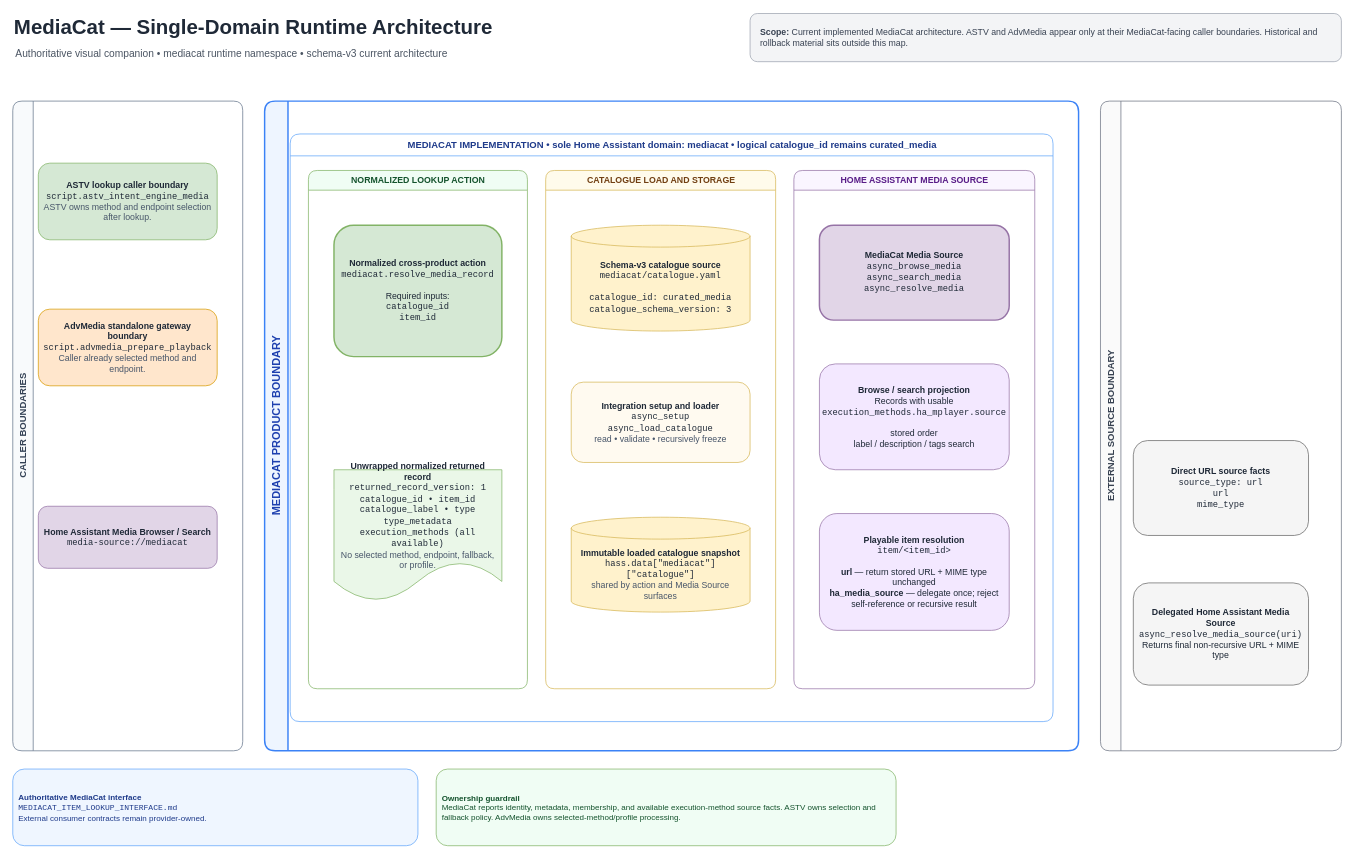
Before: 01_Architecture/Diagrams/MEDIACAT_ARCHITECTURE.drawio in 83degrees/MediaCat, a draw.io diagram. Source tidied: cells renumbered, new cells numbered last; positions are measured from the earlier drawing's top-left corner, leaving out a move shared by most shapes. Both pictures are drawn from the tidied source at 73%, with x=0, y=0 at pixel (12, 12).
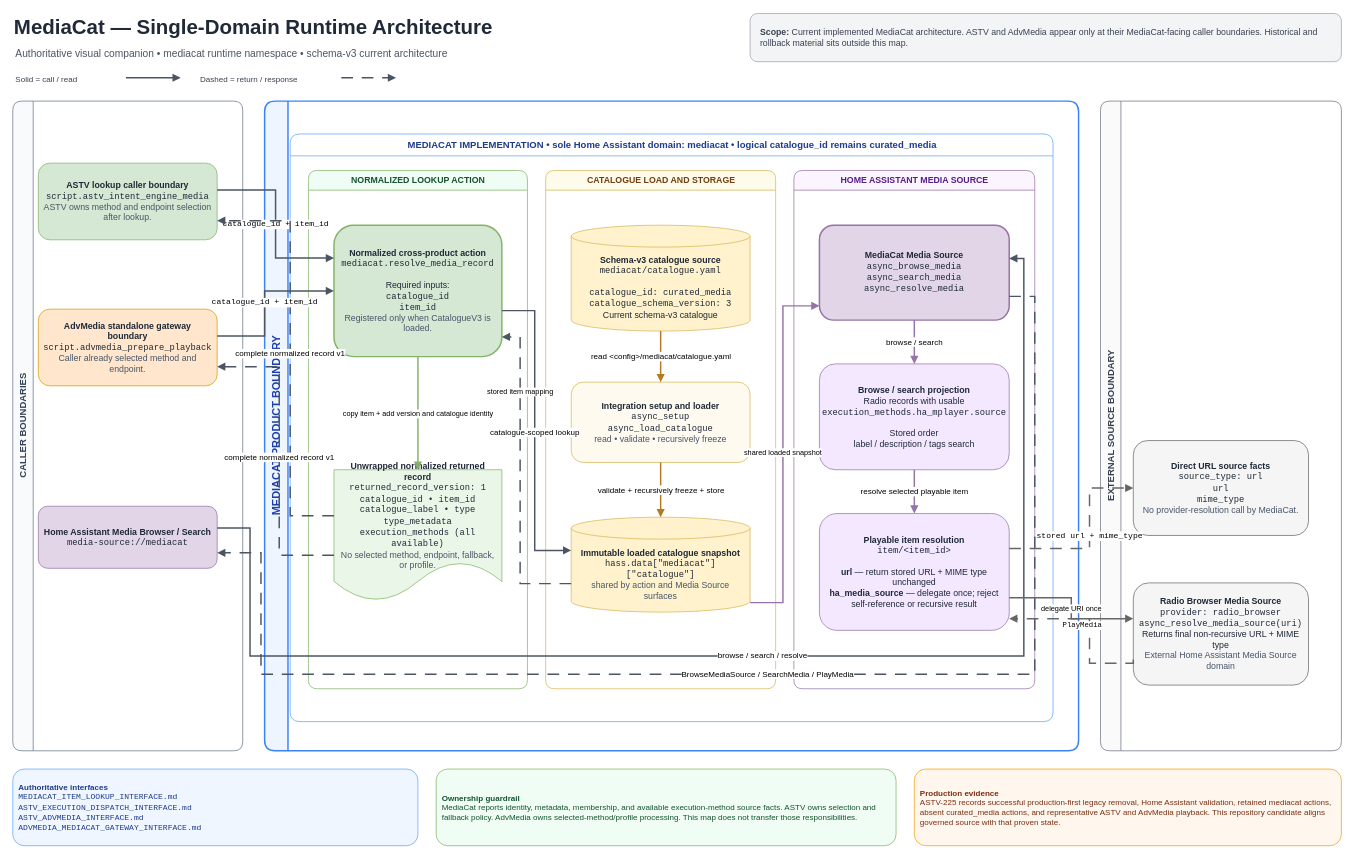
After the change.

Commit message:
ASTV-237 preserve diagram structure while removing stale evidence wording

The change refers to these unchanged cells:
```xml
<mxCell id="8" value="&lt;b&gt;ASTV lookup caller boundary&lt;/b&gt;&lt;br&gt;&lt;span style=&quot;font-family:Courier New&quot;&gt;script.astv_intent_engine_media&lt;/span&gt;&lt;br&gt;&lt;font color=&quot;#475569&quot;&gt;ASTV owns method and endpoint selection after lookup.&lt;/font&gt;" style="rounded=1;whiteSpace=wrap;html=1;fillColor=#d5e8d4;strokeColor=#82b366;fontColor=#1f2937;fontSize=12;spacing=8;" parent="1" vertex="1">
  <mxGeometry x="35" y="206" width="245" height="105" as="geometry" />
</mxCell>
<mxCell id="9" value="&lt;b&gt;AdvMedia standalone gateway boundary&lt;/b&gt;&lt;br&gt;&lt;span style=&quot;font-family:Courier New&quot;&gt;script.advmedia_prepare_playback&lt;/span&gt;&lt;br&gt;&lt;font color=&quot;#475569&quot;&gt;Caller already selected method and endpoint.&lt;/font&gt;" style="rounded=1;whiteSpace=wrap;html=1;fillColor=#ffe6cc;strokeColor=#d79b00;fontColor=#1f2937;fontSize=12;spacing=8;" parent="1" vertex="1">
  <mxGeometry x="35" y="406" width="245" height="105" as="geometry" />
</mxCell>
<mxCell id="10" value="&lt;b&gt;Home Assistant Media Browser / Search&lt;/b&gt;&lt;br&gt;&lt;span style=&quot;font-family:Courier New&quot;&gt;media-source://mediacat&lt;/span&gt;" style="rounded=1;whiteSpace=wrap;html=1;fillColor=#e1d5e7;strokeColor=#9673a6;fontColor=#1f2937;fontSize=12;spacing=8;" parent="1" vertex="1">
  <mxGeometry x="35" y="676" width="245" height="85" as="geometry" />
</mxCell>
<mxCell id="16" value="&lt;b&gt;Integration setup and loader&lt;/b&gt;&lt;br&gt;&lt;span style=&quot;font-family:Courier New&quot;&gt;async_setup&lt;br&gt;async_load_catalogue&lt;/span&gt;&lt;br&gt;&lt;font color=&quot;#475569&quot;&gt;read • validate • recursively freeze&lt;/font&gt;" style="rounded=1;whiteSpace=wrap;html=1;fillColor=#fffaf0;strokeColor=#d6b656;fontColor=#1f2937;fontSize=12;spacing=8;" parent="1" vertex="1">
  <mxGeometry x="765" y="506" width="245" height="110" as="geometry" />
</mxCell>
<mxCell id="17" value="&lt;b&gt;Immutable loaded catalogue snapshot&lt;/b&gt;&lt;br&gt;&lt;span style=&quot;font-family:Courier New&quot;&gt;hass.data[&amp;quot;mediacat&amp;quot;][&amp;quot;catalogue&amp;quot;]&lt;/span&gt;&lt;br&gt;&lt;font color=&quot;#475569&quot;&gt;shared by action and Media Source surfaces&lt;/font&gt;" style="shape=cylinder3;whiteSpace=wrap;html=1;boundedLbl=1;backgroundOutline=1;fillColor=#fff2cc;strokeColor=#d6b656;fontColor=#1f2937;fontSize=12;spacing=8;" parent="1" vertex="1">
  <mxGeometry x="765" y="691" width="245" height="130" as="geometry" />
</mxCell>
<mxCell id="19" value="&lt;b&gt;Unwrapped normalized returned record&lt;/b&gt;&lt;br&gt;&lt;span style=&quot;font-family:Courier New&quot;&gt;returned_record_version: 1&lt;br&gt;catalogue_id • item_id&lt;br&gt;catalogue_label • type&lt;br&gt;type_metadata&lt;br&gt;execution_methods (all available)&lt;/span&gt;&lt;br&gt;&lt;font color=&quot;#475569&quot;&gt;No selected method, endpoint, fallback, or profile.&lt;/font&gt;" style="shape=document;whiteSpace=wrap;html=1;boundedLbl=1;fillColor=#eaf7e8;strokeColor=#82b366;fontColor=#1f2937;fontSize=12;spacing=8;" parent="1" vertex="1">
  <mxGeometry x="440" y="626" width="230" height="180" as="geometry" />
</mxCell>
<mxCell id="20" value="&lt;b&gt;MediaCat Media Source&lt;/b&gt;&lt;br&gt;&lt;span style=&quot;font-family:Courier New&quot;&gt;async_browse_media&lt;br&gt;async_search_media&lt;br&gt;async_resolve_media&lt;/span&gt;" style="rounded=1;whiteSpace=wrap;html=1;fillColor=#e1d5e7;strokeColor=#9673a6;strokeWidth=2;fontColor=#1f2937;fontSize=12;spacing=8;" parent="1" vertex="1">
  <mxGeometry x="1105" y="291" width="260" height="130" as="geometry" />
</mxCell>
<mxCell id="22" value="&lt;b&gt;Playable item resolution&lt;/b&gt;&lt;br&gt;&lt;span style=&quot;font-family:Courier New&quot;&gt;item/&amp;lt;item_id&amp;gt;&lt;/span&gt;&lt;br&gt;&lt;br&gt;&lt;b&gt;url&lt;/b&gt; — return stored URL + MIME type unchanged&lt;br&gt;&lt;b&gt;ha_media_source&lt;/b&gt; — delegate once; reject self-reference or recursive result" style="rounded=1;whiteSpace=wrap;html=1;fillColor=#f3e8ff;strokeColor=#9673a6;fontColor=#1f2937;fontSize=12;spacing=8;" parent="1" vertex="1">
  <mxGeometry x="1105" y="686" width="260" height="160" as="geometry" />
</mxCell>
```

The edit, as a diff of the source:
```diff
@@
+    <mxCell id="27" value="Solid = call / read" style="text;html=1;strokeColor=none;fillColor=none;fontSize=11;fontColor=#374151;align=left;" parent="1" vertex="1">
+      <mxGeometry x="2" y="78" width="150" height="22" as="geometry" />
+    </mxCell>
+    <mxCell id="28" style="edgeStyle=none;html=1;endArrow=block;endFill=1;strokeColor=#4b5563;strokeWidth=2;" parent="1" edge="1">
+      <mxGeometry relative="1" as="geometry">
+        <mxPoint x="155" y="89" as="sourcePoint" />
+        <mxPoint x="230" y="89" as="targetPoint" />
+      </mxGeometry>
+    </mxCell>
+    <mxCell id="29" value="Dashed = return / response" style="text;html=1;strokeColor=none;fillColor=none;fontSize=11;fontColor=#374151;align=left;" parent="1" vertex="1">
+      <mxGeometry x="255" y="78" width="190" height="22" as="geometry" />
+    </mxCell>
+    <mxCell id="30" style="edgeStyle=none;html=1;endArrow=block;endFill=1;strokeColor=#4b5563;strokeWidth=2;dashed=1;dashPattern=8 6;" parent="1" edge="1">
+      <mxGeometry relative="1" as="geometry">
+        <mxPoint x="450" y="89" as="sourcePoint" />
+        <mxPoint x="525" y="89" as="targetPoint" />
+      </mxGeometry>
+    </mxCell>
@@
-    <mxCell id="15" value="&lt;b&gt;Schema-v3 catalogue source&lt;/b&gt;&lt;br&gt;&lt;span style=&quot;font-family:Courier New&quot;&gt;mediacat/catalogue.yaml&lt;/span&gt;&lt;br&gt;&lt;br&gt;&lt;span style=&quot;font-family:Courier New&quot;&gt;catalogue_id: curated_media&lt;br&gt;catalogue_schema_version: 3&lt;/span&gt;" style="shape=cylinder3;whiteSpace=wrap;html=1;boundedLbl=1;backgroundOutline=1;fillColor=#fff2cc;strokeColor=#d6b656;fontColor=#1f2937;fontSize=12;spacing=8;" parent="1" vertex="1">
+    <mxCell id="15" value="&lt;b&gt;Schema-v3 catalogue source&lt;/b&gt;&lt;br&gt;&lt;span style=&quot;font-family:Courier New&quot;&gt;mediacat/catalogue.yaml&lt;/span&gt;&lt;br&gt;&lt;br&gt;&lt;span style=&quot;font-family:Courier New&quot;&gt;catalogue_id: curated_media&lt;br&gt;catalogue_schema_version: 3&lt;/span&gt;&lt;br&gt;Current schema-v3 catalogue" style="shape=cylinder3;whiteSpace=wrap;html=1;boundedLbl=1;backgroundOutline=1;fillColor=#fff2cc;strokeColor=#d6b656;fontColor=#1f2937;fontSize=12;spacing=8;" parent="1" vertex="1">
       <mxGeometry x="765" y="291" width="245" height="145" as="geometry" />
     </mxCell>
@@
-    <mxCell id="18" value="&lt;b&gt;Normalized cross-product action&lt;/b&gt;&lt;br&gt;&lt;span style=&quot;font-family:Courier New&quot;&gt;mediacat.resolve_media_record&lt;/span&gt;&lt;br&gt;&lt;br&gt;Required inputs:&lt;br&gt;&lt;span style=&quot;font-family:Courier New&quot;&gt;catalogue_id&lt;br&gt;item_id&lt;/span&gt;" style="rounded=1;whiteSpace=wrap;html=1;fillColor=#d5e8d4;strokeColor=#82b366;strokeWidth=2;fontColor=#1f2937;fontSize=12;spacing=8;" parent="1" vertex="1">
+    <mxCell id="18" value="&lt;b&gt;Normalized cross-product action&lt;/b&gt;&lt;br&gt;&lt;span style=&quot;font-family:Courier New&quot;&gt;mediacat.resolve_media_record&lt;/span&gt;&lt;br&gt;&lt;br&gt;Required inputs:&lt;br&gt;&lt;span style=&quot;font-family:Courier New&quot;&gt;catalogue_id&lt;br&gt;item_id&lt;/span&gt;&lt;br&gt;&lt;font color=&quot;#475569&quot;&gt;Registered only when CatalogueV3 is loaded.&lt;/font&gt;" style="rounded=1;whiteSpace=wrap;html=1;fillColor=#d5e8d4;strokeColor=#82b366;strokeWidth=2;fontColor=#1f2937;fontSize=12;spacing=8;" parent="1" vertex="1">
       <mxGeometry x="440" y="291" width="230" height="180" as="geometry" />
     </mxCell>
@@
-    <mxCell id="21" value="&lt;b&gt;Browse / search projection&lt;/b&gt;&lt;br&gt;Records with usable&lt;br&gt;&lt;span style=&quot;font-family:Courier New&quot;&gt;execution_methods.ha_mplayer.source&lt;/span&gt;&lt;br&gt;&lt;br&gt;stored order&lt;br&gt;label / description / tags search" style="rounded=1;whiteSpace=wrap;html=1;fillColor=#f3e8ff;strokeColor=#9673a6;fontColor=#1f2937;fontSize=12;spacing=8;" parent="1" vertex="1">
+    <mxCell id="21" value="&lt;b&gt;Browse / search projection&lt;/b&gt;&lt;br&gt;Radio records with usable&lt;br&gt;&lt;span style=&quot;font-family:Courier New&quot;&gt;execution_methods.ha_mplayer.source&lt;/span&gt;&lt;br&gt;&lt;br&gt;Stored order&lt;br&gt;label / description / tags search" style="rounded=1;whiteSpace=wrap;html=1;fillColor=#f3e8ff;strokeColor=#9673a6;fontColor=#1f2937;fontSize=12;spacing=8;" parent="1" vertex="1">
       <mxGeometry x="1105" y="481" width="260" height="145" as="geometry" />
     </mxCell>
@@
-    <mxCell id="23" value="&lt;b&gt;Direct URL source facts&lt;/b&gt;&lt;br&gt;&lt;span style=&quot;font-family:Courier New&quot;&gt;source_type: url&lt;br&gt;url&lt;br&gt;mime_type&lt;/span&gt;" style="rounded=1;whiteSpace=wrap;html=1;fillColor=#f5f5f5;strokeColor=#666666;fontColor=#1f2937;fontSize=12;spacing=8;" parent="1" vertex="1">
+    <mxCell id="23" value="&lt;b&gt;Direct URL source facts&lt;/b&gt;&lt;br&gt;&lt;span style=&quot;font-family:Courier New&quot;&gt;source_type: url&lt;br&gt;url&lt;br&gt;mime_type&lt;/span&gt;&lt;br&gt;&lt;font color=&quot;#475569&quot;&gt;No provider-resolution call by MediaCat.&lt;/font&gt;" style="rounded=1;whiteSpace=wrap;html=1;fillColor=#f5f5f5;strokeColor=#666666;fontColor=#1f2937;fontSize=12;spacing=8;" parent="1" vertex="1">
       <mxGeometry x="1535" y="586" width="240" height="130" as="geometry" />
     </mxCell>
-    <mxCell id="24" value="&lt;b&gt;Delegated Home Assistant Media Source&lt;/b&gt;&lt;br&gt;&lt;span style=&quot;font-family:Courier New&quot;&gt;async_resolve_media_source(uri)&lt;/span&gt;&lt;br&gt;Returns final non-recursive URL + MIME type" style="rounded=1;whiteSpace=wrap;html=1;fillColor=#f5f5f5;strokeColor=#666666;fontColor=#1f2937;fontSize=12;spacing=8;" parent="1" vertex="1">
+    <mxCell id="24" value="&lt;b&gt;Radio Browser Media Source&lt;/b&gt;&lt;br&gt;&lt;span style=&quot;font-family:Courier New&quot;&gt;provider: radio_browser&lt;br&gt;async_resolve_media_source(uri)&lt;/span&gt;&lt;br&gt;Returns final non-recursive URL + MIME type&lt;br&gt;&lt;font color=&quot;#475569&quot;&gt;External Home Assistant Media Source domain&lt;/font&gt;" style="rounded=1;whiteSpace=wrap;html=1;fillColor=#f5f5f5;strokeColor=#666666;fontColor=#1f2937;fontSize=12;spacing=8;" parent="1" vertex="1">
       <mxGeometry x="1535" y="781" width="240" height="140" as="geometry" />
     </mxCell>
+    <mxCell id="31" value="read &amp;lt;config&amp;gt;/mediacat/catalogue.yaml" style="edgeStyle=orthogonalEdgeStyle;rounded=0;html=1;endArrow=block;endFill=1;strokeColor=#b7791f;strokeWidth=2;fontSize=11;labelBackgroundColor=#ffffff;" parent="1" edge="1" source="15" target="16">
+      <mxGeometry relative="1" as="geometry" />
+    </mxCell>
+    <mxCell id="32" value="validate + recursively freeze + store" style="edgeStyle=orthogonalEdgeStyle;rounded=0;html=1;endArrow=block;endFill=1;strokeColor=#b7791f;strokeWidth=2;fontSize=11;labelBackgroundColor=#ffffff;" parent="1" edge="1" source="16" target="17">
+      <mxGeometry relative="1" as="geometry" />
+    </mxCell>
+    <mxCell id="33" value="catalogue-scoped lookup" style="edgeStyle=orthogonalEdgeStyle;rounded=0;html=1;endArrow=block;endFill=1;strokeColor=#4b5563;strokeWidth=2;fontSize=11;labelBackgroundColor=#ffffff;exitX=1;exitY=0.65;entryX=0;entryY=0.35;" parent="1" edge="1" source="18" target="17">
+      <mxGeometry relative="1" as="geometry">
+        <Array as="points">
+          <mxPoint x="715" y="408" />
+          <mxPoint x="715" y="736" />
+        </Array>
+      </mxGeometry>
+    </mxCell>
+    <mxCell id="34" value="stored item mapping" style="edgeStyle=orthogonalEdgeStyle;rounded=0;html=1;endArrow=block;endFill=1;strokeColor=#4b5563;strokeWidth=2;dashed=1;dashPattern=8 6;fontSize=10;labelBackgroundColor=#ffffff;exitX=0;exitY=0.7;entryX=1;entryY=0.85;" parent="1" edge="1" source="17" target="18">
+      <mxGeometry x="0.5" relative="1" as="geometry">
+        <Array as="points">
+          <mxPoint x="695" y="782" />
+          <mxPoint x="695" y="444" />
+        </Array>
+        <mxPoint y="-8" as="offset" />
+      </mxGeometry>
+    </mxCell>
+    <mxCell id="35" value="copy item + add version and catalogue identity" style="edgeStyle=orthogonalEdgeStyle;rounded=0;html=1;endArrow=block;endFill=1;strokeColor=#82b366;strokeWidth=2;fontSize=10;labelBackgroundColor=#ffffff;" parent="1" edge="1" source="18" target="19">
+      <mxGeometry relative="1" as="geometry" />
+    </mxCell>
+    <mxCell id="36" value="shared loaded snapshot" style="edgeStyle=orthogonalEdgeStyle;rounded=0;html=1;endArrow=block;endFill=1;strokeColor=#9673a6;strokeWidth=2;fontSize=10;labelBackgroundColor=#ffffff;exitX=1;exitY=0.9;entryX=0;entryY=0.85;" parent="1" edge="1" source="17" target="20">
+      <mxGeometry relative="1" as="geometry">
+        <Array as="points">
+          <mxPoint x="1055" y="808" />
+          <mxPoint x="1055" y="402" />
+        </Array>
+      </mxGeometry>
+    </mxCell>
+    <mxCell id="37" value="browse / search" style="edgeStyle=orthogonalEdgeStyle;rounded=0;html=1;endArrow=block;endFill=1;strokeColor=#9673a6;strokeWidth=2;fontSize=11;labelBackgroundColor=#ffffff;" parent="1" edge="1" source="20" target="21">
+      <mxGeometry relative="1" as="geometry" />
+    </mxCell>
+    <mxCell id="38" value="resolve selected playable item" style="edgeStyle=orthogonalEdgeStyle;rounded=0;html=1;endArrow=block;endFill=1;strokeColor=#9673a6;strokeWidth=2;fontSize=11;labelBackgroundColor=#ffffff;" parent="1" edge="1" source="21" target="22">
+      <mxGeometry relative="1" as="geometry" />
+    </mxCell>
+    <mxCell id="39" value="catalogue_id + item_id" style="edgeStyle=orthogonalEdgeStyle;rounded=0;html=1;endArrow=block;endFill=1;strokeColor=#4b5563;strokeWidth=2;fontFamily=Courier New;fontSize=11;labelBackgroundColor=#ffffff;exitX=1;exitY=0.35;entryX=0;entryY=0.25;" parent="1" edge="1" source="8" target="18">
+      <mxGeometry relative="1" as="geometry" />
+    </mxCell>
+    <mxCell id="40" value="complete normalized record v1" style="edgeStyle=orthogonalEdgeStyle;rounded=0;html=1;endArrow=block;endFill=1;strokeColor=#4b5563;strokeWidth=2;dashed=1;dashPattern=8 6;fontSize=11;labelBackgroundColor=#ffffff;exitX=0;exitY=0.35;entryX=1;entryY=0.75;" parent="1" edge="1" source="19" target="8">
+      <mxGeometry relative="1" as="geometry">
+        <Array as="points">
+          <mxPoint x="380" y="689" />
+          <mxPoint x="380" y="285" />
+        </Array>
+      </mxGeometry>
+    </mxCell>
+    <mxCell id="41" value="catalogue_id + item_id" style="edgeStyle=orthogonalEdgeStyle;rounded=0;html=1;endArrow=block;endFill=1;strokeColor=#4b5563;strokeWidth=2;fontFamily=Courier New;fontSize=11;labelBackgroundColor=#ffffff;exitX=1;exitY=0.35;entryX=0;entryY=0.5;" parent="1" edge="1" source="9" target="18">
+      <mxGeometry relative="1" as="geometry">
+        <Array as="points">
+          <mxPoint x="345" y="443" />
+        </Array>
+      </mxGeometry>
+    </mxCell>
+    <mxCell id="42" value="complete normalized record v1" style="edgeStyle=orthogonalEdgeStyle;rounded=0;html=1;endArrow=block;endFill=1;strokeColor=#4b5563;strokeWidth=2;dashed=1;dashPattern=8 6;fontSize=11;labelBackgroundColor=#ffffff;exitX=0;exitY=0.65;entryX=1;entryY=0.75;" parent="1" edge="1" source="19" target="9">
+      <mxGeometry relative="1" as="geometry">
+        <Array as="points">
+          <mxPoint x="365" y="743" />
+          <mxPoint x="365" y="485" />
+        </Array>
+      </mxGeometry>
+    </mxCell>
+    <mxCell id="43" value="browse / search / resolve" style="edgeStyle=orthogonalEdgeStyle;rounded=0;html=1;endArrow=block;endFill=1;strokeColor=#4b5563;strokeWidth=2;fontSize=11;labelBackgroundColor=#ffffff;exitX=1;exitY=0.35;entryX=1;entryY=0.35;" parent="1" edge="1" source="10" target="20">
+      <mxGeometry relative="1" as="geometry">
+        <Array as="points">
+          <mxPoint x="325" y="706" />
+          <mxPoint x="325" y="881" />
+          <mxPoint x="1385" y="881" />
+          <mxPoint x="1385" y="336" />
+        </Array>
+      </mxGeometry>
+    </mxCell>
+    <mxCell id="44" value="BrowseMediaSource / SearchMedia / PlayMedia" style="edgeStyle=orthogonalEdgeStyle;rounded=0;html=1;endArrow=block;endFill=1;strokeColor=#4b5563;strokeWidth=2;dashed=1;dashPattern=8 6;fontSize=11;labelBackgroundColor=#ffffff;exitX=1;exitY=0.75;entryX=1;entryY=0.75;" parent="1" edge="1" source="20" target="10">
+      <mxGeometry relative="1" as="geometry">
+        <Array as="points">
+          <mxPoint x="1400" y="388" />
+          <mxPoint x="1400" y="906" />
+          <mxPoint x="340" y="906" />
+          <mxPoint x="340" y="740" />
+        </Array>
+      </mxGeometry>
+    </mxCell>
+    <mxCell id="45" value="stored url + mime_type" style="edgeStyle=orthogonalEdgeStyle;rounded=0;html=1;endArrow=block;endFill=1;strokeColor=#666666;strokeWidth=2;dashed=1;dashPattern=8 6;fontFamily=Courier New;fontSize=11;labelBackgroundColor=#ffffff;exitX=1;exitY=0.3;entryX=0;entryY=0.5;" parent="1" edge="1" source="22" target="23">
+      <mxGeometry relative="1" as="geometry">
+        <Array as="points">
+          <mxPoint x="1475" y="734" />
+          <mxPoint x="1475" y="651" />
+        </Array>
+      </mxGeometry>
+    </mxCell>
+    <mxCell id="46" value="delegate URI once" style="edgeStyle=orthogonalEdgeStyle;rounded=0;html=1;endArrow=block;endFill=1;strokeColor=#666666;strokeWidth=2;fontSize=10;labelBackgroundColor=#ffffff;exitX=1;exitY=0.72;entryX=0;entryY=0.35;" parent="1" edge="1" source="22" target="24">
+      <mxGeometry x="0.1" relative="1" as="geometry">
+        <mxPoint y="-9" as="offset" />
+      </mxGeometry>
+    </mxCell>
+    <mxCell id="47" value="PlayMedia" style="edgeStyle=orthogonalEdgeStyle;rounded=0;html=1;endArrow=block;endFill=1;strokeColor=#666666;strokeWidth=2;dashed=1;dashPattern=8 6;fontFamily=Courier New;fontSize=10;labelBackgroundColor=#ffffff;exitX=0;exitY=0.75;entryX=1;entryY=0.9;" parent="1" edge="1" source="24" target="22">
+      <mxGeometry x="0.15" relative="1" as="geometry">
+        <Array as="points">
+          <mxPoint x="1475" y="891" />
+          <mxPoint x="1475" y="830" />
+        </Array>
+        <mxPoint y="9" as="offset" />
+      </mxGeometry>
+    </mxCell>
+    <mxCell id="26" value="&lt;b&gt;Authoritative interfaces&lt;/b&gt;&lt;br&gt;&lt;span style=&quot;font-family:Courier New&quot;&gt;MEDIACAT_ITEM_LOOKUP_INTERFACE.md&lt;br&gt;ASTV_EXECUTION_DISPATCH_INTERFACE.md&lt;br&gt;ASTV_ADVMEDIA_INTERFACE.md&lt;br&gt;ADVMEDIA_MEDIACAT_GATEWAY_INTERFACE.md&lt;/span&gt;" style="rounded=1;whiteSpace=wrap;html=1;fillColor=#eff6ff;strokeColor=#60a5fa;fontColor=#1e3a8a;fontSize=11;spacing=8;align=left;" parent="1" vertex="1">
+      <mxGeometry y="1036" width="555" height="105" as="geometry" />
+    </mxCell>
-    <mxCell id="25" value="&lt;b&gt;Ownership guardrail&lt;/b&gt;&lt;br&gt;MediaCat reports identity, metadata, membership, and available execution-method source facts. ASTV owns selection and fallback policy. AdvMedia owns selected-method/profile processing." style="rounded=1;whiteSpace=wrap;html=1;fillColor=#f0fdf4;strokeColor=#82b366;fontColor=#14532d;fontSize=11;spacing=8;align=left;" parent="1" vertex="1">
+    <mxCell id="25" value="&lt;b&gt;Ownership guardrail&lt;/b&gt;&lt;br&gt;MediaCat reports identity, metadata, membership, and available execution-method source facts. ASTV owns selection and fallback policy. AdvMedia owns selected-method/profile processing. This map does not transfer those responsibilities." style="rounded=1;whiteSpace=wrap;html=1;fillColor=#f0fdf4;strokeColor=#82b366;fontColor=#14532d;fontSize=11;spacing=8;align=left;" parent="1" vertex="1">
       <mxGeometry x="580" y="1036" width="630" height="105" as="geometry" />
     </mxCell>
-    <mxCell id="26" value="&lt;b&gt;Authoritative MediaCat interface&lt;/b&gt;&lt;br&gt;&lt;span style=&quot;font-family:Courier New&quot;&gt;MEDIACAT_ITEM_LOOKUP_INTERFACE.md&lt;/span&gt;&lt;br&gt;External consumer contracts remain provider-owned." style="rounded=1;whiteSpace=wrap;html=1;fillColor=#eff6ff;strokeColor=#60a5fa;fontColor=#1e3a8a;fontSize=11;spacing=8;align=left;" parent="1" vertex="1">
-      <mxGeometry y="1036" width="555" height="105" as="geometry" />
-    </mxCell>
+    <mxCell id="48" value="&lt;b&gt;Production evidence&lt;/b&gt;&lt;br&gt;ASTV-225 records successful production-first legacy removal, Home Assistant validation, retained mediacat actions, absent curated_media actions, and representative ASTV and AdvMedia playback. This repository candidate aligns governed source with that proven state." style="rounded=1;whiteSpace=wrap;html=1;fillColor=#fff7ed;strokeColor=#f59e0b;fontColor=#7c2d12;fontSize=11;spacing=8;align=left;" parent="1" vertex="1">
+      <mxGeometry x="1235" y="1036" width="585" height="105" as="geometry" />
+    </mxCell>
```
